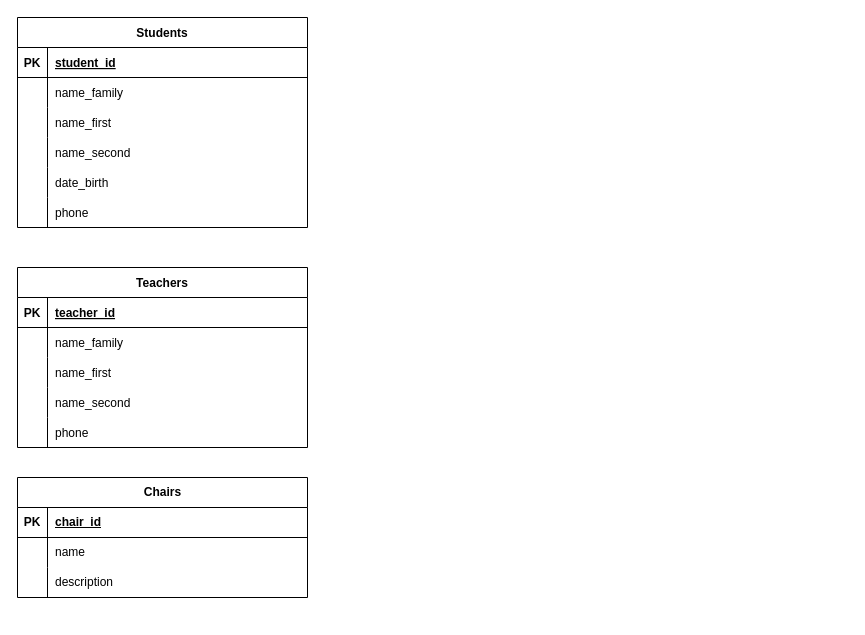
MDS-007-52/Draw_io_diagrams keeps this draw.io diagram as draw_io/14_8_practice_DataBase.drawio. Above is the earlier version. Source tidied: cells renumbered, new cells numbered last; positions are measured from the earlier drawing's top-left corner, leaving out a move shared by most shapes. Both pictures are drawn from the tidied source at 100%, with x=0, y=0 at pixel (17, 17).
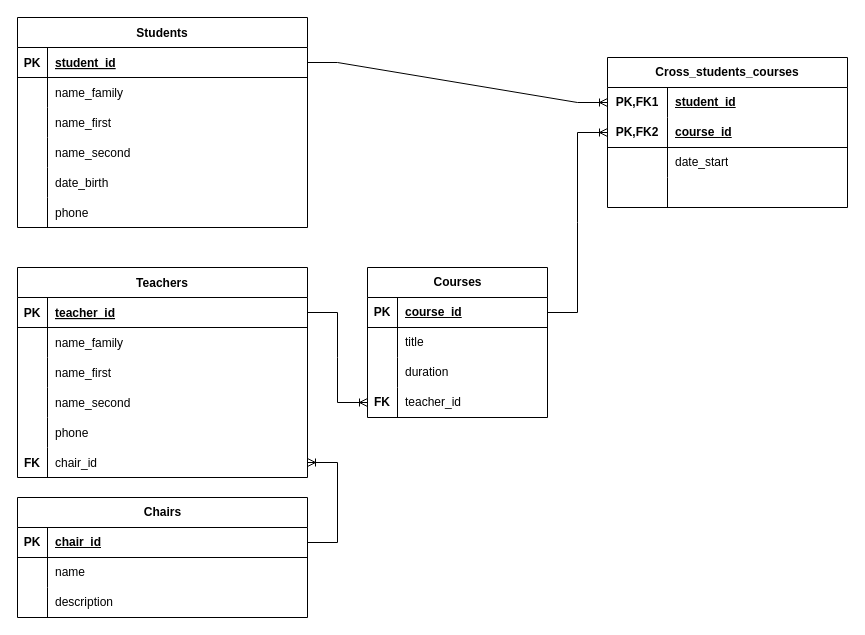
The same page after the edit.

The change refers to these unchanged cells:
```xml
<mxCell id="3" style="shape=partialRectangle;fillColor=none;points=[[0,0.5],[1,0.5]];portConstraint=eastwest;top=0;left=0;right=0;bottom=1;" parent="2" vertex="1">
  <mxGeometry y="30" width="290" height="30" as="geometry" />
</mxCell>
<mxCell id="22" style="shape=partialRectangle;fillColor=none;points=[[0,0.5],[1,0.5]];portConstraint=eastwest;top=0;left=0;right=0;bottom=1;" parent="21" vertex="1">
  <mxGeometry y="30" width="290" height="30" as="geometry" />
</mxCell>
<mxCell id="38" style="shape=tableRow;horizontal=0;startSize=0;swimlaneHead=0;swimlaneBody=0;fillColor=none;points=[[0,0.5],[1,0.5]];portConstraint=eastwest;top=0;left=0;right=0;bottom=1;" parent="37" vertex="1">
  <mxGeometry y="30" width="290" height="30" as="geometry" />
</mxCell>
```

Diff of the diagram source:
```diff
@@
     <mxCell id="21" value="Teachers" style="shape=table;startSize=30;childLayout=tableLayout;rowLines=0;fontStyle=1;align=center;" parent="1" vertex="1">
-      <mxGeometry y="250" width="290" height="180" as="geometry" />
+      <mxGeometry y="250" width="290" height="210" as="geometry" />
     </mxCell>
@@
+    <mxCell id="47" style="shape=tableRow;horizontal=0;startSize=0;swimlaneHead=0;swimlaneBody=0;fillColor=none;points=[[0,0.5],[1,0.5]];portConstraint=eastwest;top=0;left=0;right=0;bottom=0;" parent="21" vertex="1">
+      <mxGeometry y="180" width="290" height="30" as="geometry" />
+    </mxCell>
+    <mxCell id="48" value="FK" style="shape=partialRectangle;fillColor=none;top=0;left=0;bottom=0;right=0;overflow=hidden;fontStyle=1;" parent="47" vertex="1">
+      <mxGeometry width="30" height="30" as="geometry" />
+    </mxCell>
+    <mxCell id="49" value="chair_id" style="shape=partialRectangle;fillColor=none;top=0;left=0;bottom=0;right=0;align=left;spacingLeft=6;overflow=hidden;" parent="47" vertex="1">
+      <mxGeometry x="30" width="260" height="30" as="geometry" />
+    </mxCell>
     <mxCell id="37" value="Chairs" style="shape=table;startSize=30;childLayout=tableLayout;rowLines=0;fontStyle=1;align=center;html=1;" parent="1" vertex="1">
-      <mxGeometry y="460" width="290" height="120" as="geometry" />
+      <mxGeometry y="480" width="290" height="120" as="geometry" />
     </mxCell>
@@
+    <mxCell id="50" style="edgeStyle=entityRelationEdgeStyle;fontSize=12;html=1;endArrow=ERoneToMany;rounded=0;exitX=1;exitY=0.5;exitDx=0;exitDy=0;entryX=1;entryY=0.5;entryDx=0;entryDy=0;" parent="1" edge="1" source="38" target="47">
+      <mxGeometry relative="1" as="geometry" />
+    </mxCell>
+    <mxCell id="51" value="&lt;div&gt;Courses&lt;/div&gt;" style="shape=table;startSize=30;childLayout=tableLayout;rowLines=0;fontStyle=1;align=center;html=1;" parent="1" vertex="1">
+      <mxGeometry x="350" y="250" width="180" height="150" as="geometry" />
+    </mxCell>
+    <mxCell id="52" style="shape=tableRow;horizontal=0;startSize=0;swimlaneHead=0;swimlaneBody=0;fillColor=none;points=[[0,0.5],[1,0.5]];portConstraint=eastwest;top=0;left=0;right=0;bottom=1;" parent="51" vertex="1">
+      <mxGeometry y="30" width="180" height="30" as="geometry" />
+    </mxCell>
+    <mxCell id="53" value="PK" style="shape=partialRectangle;fillColor=none;top=0;left=0;bottom=0;right=0;fontStyle=1;overflow=hidden;whiteSpace=wrap;html=1;" parent="52" vertex="1">
+      <mxGeometry width="30" height="30" as="geometry" />
+    </mxCell>
+    <mxCell id="54" value="&lt;div&gt;course_id&lt;/div&gt;" style="shape=partialRectangle;fillColor=none;top=0;left=0;bottom=0;right=0;align=left;spacingLeft=6;fontStyle=5;overflow=hidden;whiteSpace=wrap;html=1;" parent="52" vertex="1">
+      <mxGeometry x="30" width="150" height="30" as="geometry" />
+    </mxCell>
+    <mxCell id="55" style="shape=tableRow;horizontal=0;startSize=0;swimlaneHead=0;swimlaneBody=0;fillColor=none;top=0;left=0;right=0;bottom=0;" parent="51" vertex="1">
+      <mxGeometry y="60" width="180" height="30" as="geometry" />
+    </mxCell>
+    <mxCell id="56" style="shape=partialRectangle;fillColor=none;top=0;left=0;bottom=0;right=0;overflow=hidden;whiteSpace=wrap;html=1;" parent="55" vertex="1">
+      <mxGeometry width="30" height="30" as="geometry" />
+    </mxCell>
+    <mxCell id="57" value="&lt;div&gt;title&lt;/div&gt;" style="shape=partialRectangle;fillColor=none;top=0;left=0;bottom=0;right=0;align=left;spacingLeft=6;overflow=hidden;whiteSpace=wrap;html=1;" parent="55" vertex="1">
+      <mxGeometry x="30" width="150" height="30" as="geometry" />
+    </mxCell>
+    <mxCell id="58" style="shape=tableRow;horizontal=0;startSize=0;swimlaneHead=0;swimlaneBody=0;fillColor=none;top=0;left=0;right=0;bottom=0;" parent="51" vertex="1">
+      <mxGeometry y="90" width="180" height="30" as="geometry" />
+    </mxCell>
+    <mxCell id="59" style="shape=partialRectangle;fillColor=none;top=0;left=0;bottom=0;right=0;overflow=hidden;whiteSpace=wrap;html=1;" parent="58" vertex="1">
+      <mxGeometry width="30" height="30" as="geometry" />
+    </mxCell>
+    <mxCell id="60" value="&lt;div&gt;duration&lt;/div&gt;" style="shape=partialRectangle;fillColor=none;top=0;left=0;bottom=0;right=0;align=left;spacingLeft=6;overflow=hidden;whiteSpace=wrap;html=1;" parent="58" vertex="1">
+      <mxGeometry x="30" width="150" height="30" as="geometry" />
+    </mxCell>
+    <mxCell id="61" style="shape=tableRow;horizontal=0;startSize=0;swimlaneHead=0;swimlaneBody=0;fillColor=none;points=[[0,0.5],[1,0.5]];portConstraint=eastwest;top=0;left=0;right=0;bottom=0;" parent="51" vertex="1">
+      <mxGeometry y="120" width="180" height="30" as="geometry" />
+    </mxCell>
+    <mxCell id="62" value="&lt;b&gt;FK&lt;/b&gt;" style="shape=partialRectangle;fillColor=none;top=0;left=0;bottom=0;right=0;overflow=hidden;whiteSpace=wrap;html=1;" parent="61" vertex="1">
+      <mxGeometry width="30" height="30" as="geometry" />
+    </mxCell>
+    <mxCell id="63" value="teacher_id" style="shape=partialRectangle;fillColor=none;top=0;left=0;bottom=0;right=0;align=left;spacingLeft=6;overflow=hidden;whiteSpace=wrap;html=1;" parent="61" vertex="1">
+      <mxGeometry x="30" width="150" height="30" as="geometry" />
+    </mxCell>
+    <mxCell id="64" style="edgeStyle=entityRelationEdgeStyle;fontSize=12;html=1;endArrow=ERoneToMany;rounded=0;exitX=1;exitY=0.5;exitDx=0;exitDy=0;entryX=0;entryY=0.5;entryDx=0;entryDy=0;" parent="1" edge="1" source="22" target="61">
+      <mxGeometry relative="1" as="geometry" />
+    </mxCell>
+    <mxCell id="65" value="&lt;div&gt;Cross_students_courses&lt;/div&gt;" style="shape=table;startSize=30;childLayout=tableLayout;rowLines=0;fontStyle=1;align=center;html=1;whiteSpace=wrap;" parent="1" vertex="1">
+      <mxGeometry x="590" y="40" width="240" height="150" as="geometry" />
+    </mxCell>
+    <mxCell id="66" style="shape=tableRow;horizontal=0;startSize=0;swimlaneHead=0;swimlaneBody=0;fillColor=none;points=[[0,0.5],[1,0.5]];portConstraint=eastwest;top=0;left=0;right=0;bottom=0;html=1;" parent="65" vertex="1">
+      <mxGeometry y="30" width="240" height="30" as="geometry" />
+    </mxCell>
+    <mxCell id="67" value="PK,FK1" style="shape=partialRectangle;fillColor=none;top=0;left=0;bottom=0;right=0;fontStyle=1;overflow=hidden;html=1;whiteSpace=wrap;" parent="66" vertex="1">
+      <mxGeometry width="60" height="30" as="geometry" />
+    </mxCell>
+    <mxCell id="68" value="student_id " style="shape=partialRectangle;fillColor=none;top=0;left=0;bottom=0;right=0;align=left;spacingLeft=6;fontStyle=5;overflow=hidden;html=1;whiteSpace=wrap;" parent="66" vertex="1">
+      <mxGeometry x="60" width="180" height="30" as="geometry" />
+    </mxCell>
+    <mxCell id="69" style="shape=tableRow;horizontal=0;startSize=0;swimlaneHead=0;swimlaneBody=0;fillColor=none;points=[[0,0.5],[1,0.5]];portConstraint=eastwest;top=0;left=0;right=0;bottom=1;html=1;" parent="65" vertex="1">
+      <mxGeometry y="60" width="240" height="30" as="geometry" />
+    </mxCell>
+    <mxCell id="70" value="PK,FK2" style="shape=partialRectangle;fillColor=none;top=0;left=0;bottom=0;right=0;fontStyle=1;overflow=hidden;html=1;whiteSpace=wrap;" parent="69" vertex="1">
+      <mxGeometry width="60" height="30" as="geometry" />
+    </mxCell>
+    <mxCell id="71" value="&lt;div&gt;course_id&lt;/div&gt;" style="shape=partialRectangle;fillColor=none;top=0;left=0;bottom=0;right=0;align=left;spacingLeft=6;fontStyle=5;overflow=hidden;html=1;whiteSpace=wrap;" parent="69" vertex="1">
+      <mxGeometry x="60" width="180" height="30" as="geometry" />
+    </mxCell>
+    <mxCell id="72" style="shape=tableRow;horizontal=0;startSize=0;swimlaneHead=0;swimlaneBody=0;fillColor=none;top=0;left=0;right=0;bottom=0;html=1;" parent="65" vertex="1">
+      <mxGeometry y="90" width="240" height="30" as="geometry" />
+    </mxCell>
+    <mxCell id="73" style="shape=partialRectangle;fillColor=none;top=0;left=0;bottom=0;right=0;overflow=hidden;html=1;whiteSpace=wrap;" parent="72" vertex="1">
+      <mxGeometry width="60" height="30" as="geometry" />
+    </mxCell>
+    <mxCell id="74" value="date_start" style="shape=partialRectangle;fillColor=none;top=0;left=0;bottom=0;right=0;align=left;spacingLeft=6;overflow=hidden;html=1;whiteSpace=wrap;" parent="72" vertex="1">
+      <mxGeometry x="60" width="180" height="30" as="geometry" />
+    </mxCell>
+    <mxCell id="75" style="shape=tableRow;horizontal=0;startSize=0;swimlaneHead=0;swimlaneBody=0;fillColor=none;top=0;left=0;right=0;bottom=0;html=1;" parent="65" vertex="1">
+      <mxGeometry y="120" width="240" height="30" as="geometry" />
+    </mxCell>
+    <mxCell id="76" style="shape=partialRectangle;fillColor=none;top=0;left=0;bottom=0;right=0;overflow=hidden;html=1;whiteSpace=wrap;" parent="75" vertex="1">
+      <mxGeometry width="60" height="30" as="geometry" />
+    </mxCell>
+    <mxCell id="77" style="shape=partialRectangle;fillColor=none;top=0;left=0;bottom=0;right=0;align=left;spacingLeft=6;overflow=hidden;html=1;whiteSpace=wrap;" parent="75" vertex="1">
+      <mxGeometry x="60" width="180" height="30" as="geometry" />
+    </mxCell>
+    <mxCell id="78" style="edgeStyle=entityRelationEdgeStyle;fontSize=12;html=1;endArrow=ERoneToMany;rounded=0;exitX=1;exitY=0.5;exitDx=0;exitDy=0;entryX=0;entryY=0.5;entryDx=0;entryDy=0;" parent="1" edge="1" source="3" target="66">
+      <mxGeometry relative="1" as="geometry" />
+    </mxCell>
+    <mxCell id="79" style="edgeStyle=entityRelationEdgeStyle;fontSize=12;html=1;endArrow=ERoneToMany;rounded=0;exitX=1;exitY=0.5;exitDx=0;exitDy=0;entryX=0;entryY=0.5;entryDx=0;entryDy=0;" parent="1" edge="1" source="52" target="69">
+      <mxGeometry relative="1" as="geometry" />
+    </mxCell>
```
